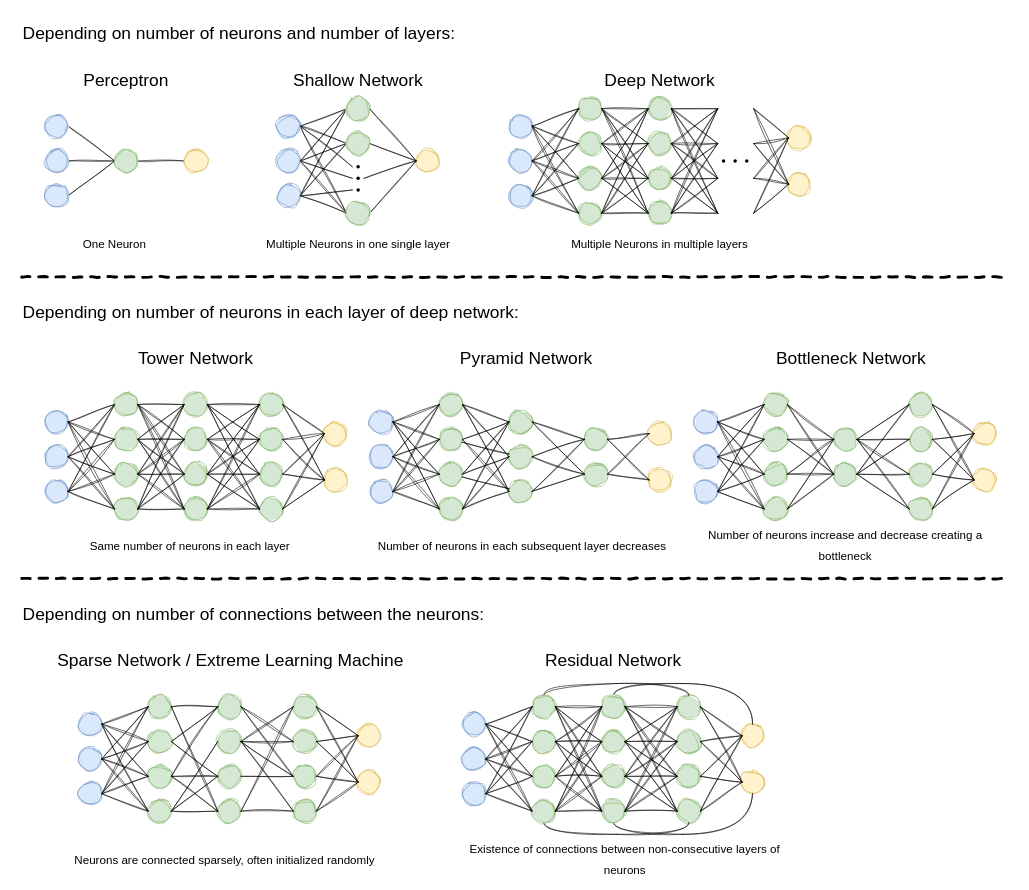
The draw.io diagram page "Architectures" (8 of 9) of assets/Lecture.drawio in shashankkotyan/Tutorials, before the edit. Source tidied: cells renumbered, new cells numbered last; positions are measured from the earlier drawing's top-left corner, leaving out a move shared by most shapes. Both pictures are drawn from the tidied source at 58%, with x=0, y=0 at pixel (10, 10).
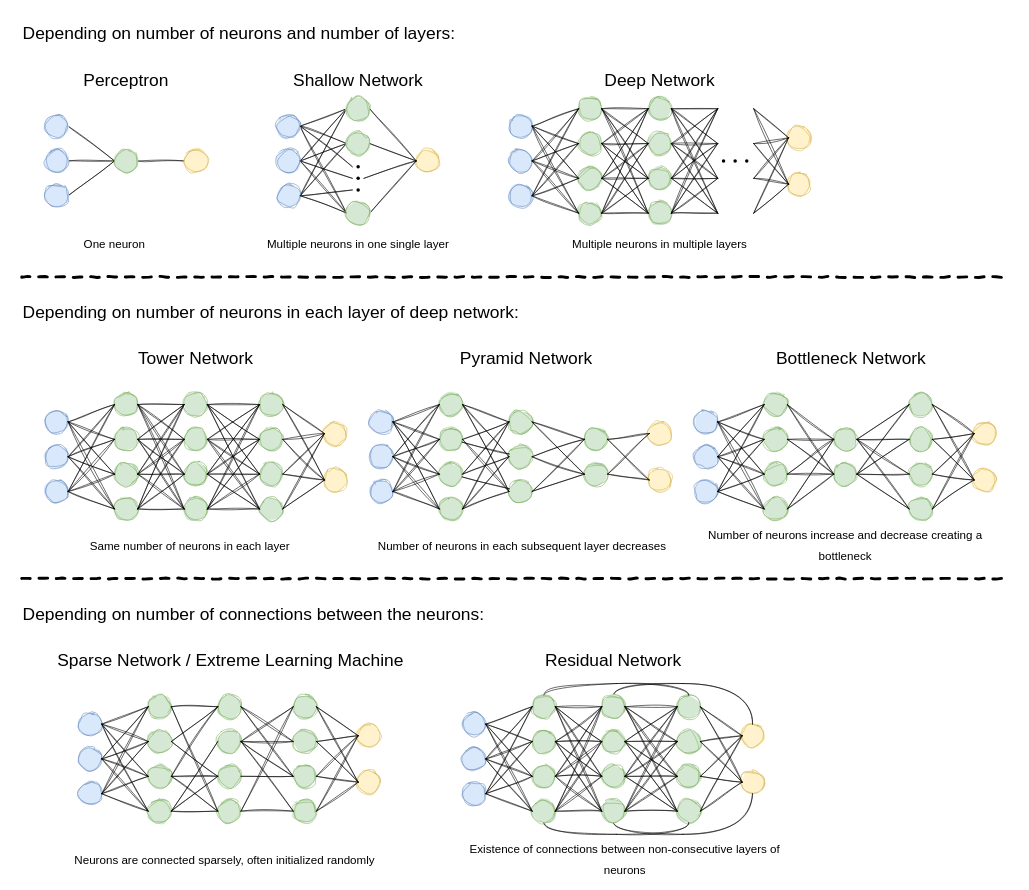
Above is the later version.

What changed in the source:
```diff
@@
     <mxCell id="111" value="&lt;font style=&quot;font-size: 30px;&quot; face=&quot;Pacifico&quot;&gt;Shallow Network&lt;/font&gt;" style="text;html=1;align=center;verticalAlign=middle;whiteSpace=wrap;rounded=0;fontSize=30;" parent="1" vertex="1">
-      <mxGeometry x="460" y="100" width="280" height="40" as="geometry" />
+      <mxGeometry x="420" y="100" width="360" height="40" as="geometry" />
     </mxCell>
@@
-    <mxCell id="113" value="&lt;font style=&quot;font-size: 20px;&quot; face=&quot;Pacifico&quot;&gt;One Neuron&lt;/font&gt;" style="text;html=1;align=center;verticalAlign=middle;whiteSpace=wrap;rounded=0;fontSize=30;" parent="1" vertex="1">
+    <mxCell id="113" value="&lt;font style=&quot;font-size: 20px;&quot; face=&quot;Pacifico&quot;&gt;One neuron&lt;/font&gt;" style="text;html=1;align=center;verticalAlign=middle;whiteSpace=wrap;rounded=0;fontSize=30;" parent="1" vertex="1">
       <mxGeometry x="40" y="380" width="280" height="40" as="geometry" />
     </mxCell>
-    <mxCell id="114" value="&lt;font style=&quot;font-size: 20px;&quot; face=&quot;Pacifico&quot;&gt;Multiple Neurons&amp;nbsp;&lt;/font&gt;&lt;span style=&quot;font-size: 20px; font-family: Pacifico; background-color: initial;&quot;&gt;in one single layer&lt;/span&gt;" style="text;html=1;align=center;verticalAlign=middle;whiteSpace=wrap;rounded=0;fontSize=30;" parent="1" vertex="1">
+    <mxCell id="114" value="&lt;font style=&quot;font-size: 20px;&quot; face=&quot;Pacifico&quot;&gt;Multiple neurons&amp;nbsp;&lt;/font&gt;&lt;span style=&quot;font-size: 20px; font-family: Pacifico; background-color: initial;&quot;&gt;in one single layer&lt;/span&gt;" style="text;html=1;align=center;verticalAlign=middle;whiteSpace=wrap;rounded=0;fontSize=30;" parent="1" vertex="1">
       <mxGeometry x="420" y="380" width="360" height="40" as="geometry" />
     </mxCell>
-    <mxCell id="115" value="&lt;font style=&quot;font-size: 20px;&quot; face=&quot;Pacifico&quot;&gt;Multiple Neurons&amp;nbsp;&lt;/font&gt;&lt;span style=&quot;font-size: 20px; font-family: Pacifico; background-color: initial;&quot;&gt;in multiple layers&lt;/span&gt;" style="text;html=1;align=center;verticalAlign=middle;whiteSpace=wrap;rounded=0;fontSize=30;" parent="1" vertex="1">
+    <mxCell id="115" value="&lt;font style=&quot;font-size: 20px;&quot; face=&quot;Pacifico&quot;&gt;Multiple neurons&amp;nbsp;&lt;/font&gt;&lt;span style=&quot;font-size: 20px; font-family: Pacifico; background-color: initial;&quot;&gt;in multiple layers&lt;/span&gt;" style="text;html=1;align=center;verticalAlign=middle;whiteSpace=wrap;rounded=0;fontSize=30;" parent="1" vertex="1">
       <mxGeometry x="860" y="380" width="520" height="40" as="geometry" />
     </mxCell>
```
